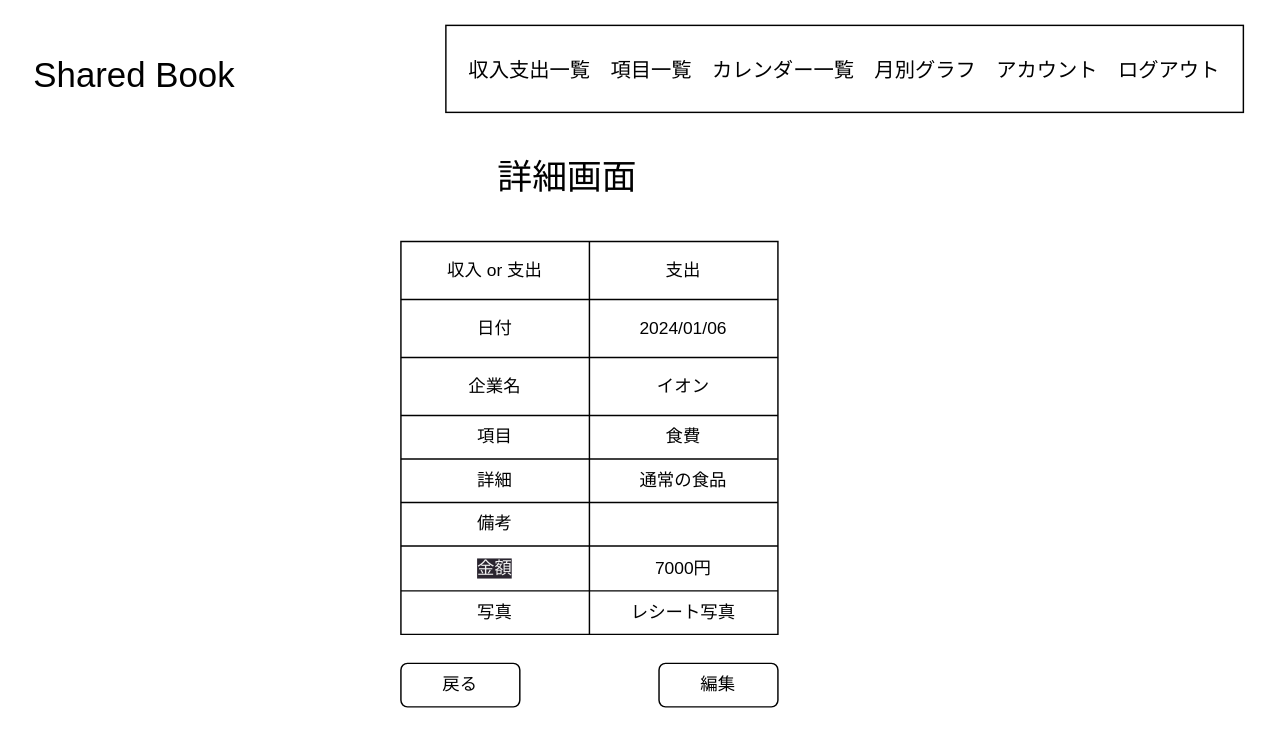
KeiSuzukiNishi/shared_household_account_book keeps this draw.io diagram as docs/show_income_expense_wirelfame.drawio. Above is the earlier version. Source tidied: cells renumbered, new cells numbered last; positions are measured from the earlier drawing's top-left corner, leaving out a move shared by most shapes. Both pictures are drawn from the tidied source at 145%, with x=0, y=0 at pixel (25, 25).
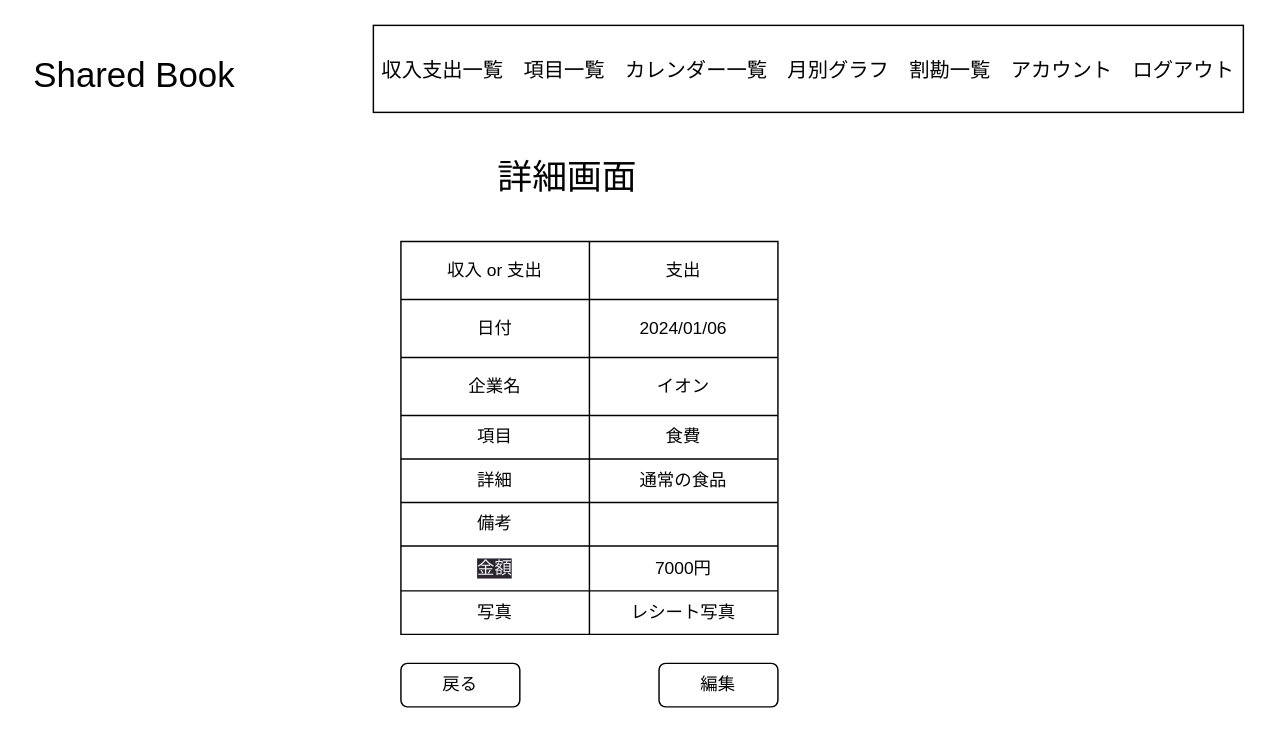
After the change.

Change to the diagram source:
```diff
@@
-    <mxCell id="3" value="&lt;font style=&quot;font-size: 14px;&quot;&gt;収入支出一覧　項目一覧　カレンダー一覧　月別グラフ　アカウント　ログアウト&lt;/font&gt;" style="rounded=0;whiteSpace=wrap;html=1;fontSize=18;" parent="1" vertex="1">
-      <mxGeometry x="290" width="550" height="60" as="geometry" />
-    </mxCell>
@@
+    <mxCell id="32" value="&lt;font style=&quot;font-size: 14px;&quot;&gt;収入支出一覧　項目一覧　カレンダー一覧　月別グラフ　割勘一覧　アカウント　ログアウト&lt;/font&gt;" style="rounded=0;whiteSpace=wrap;html=1;fontSize=18;" parent="1" vertex="1">
+      <mxGeometry x="240" width="600" height="60" as="geometry" />
+    </mxCell>
```
